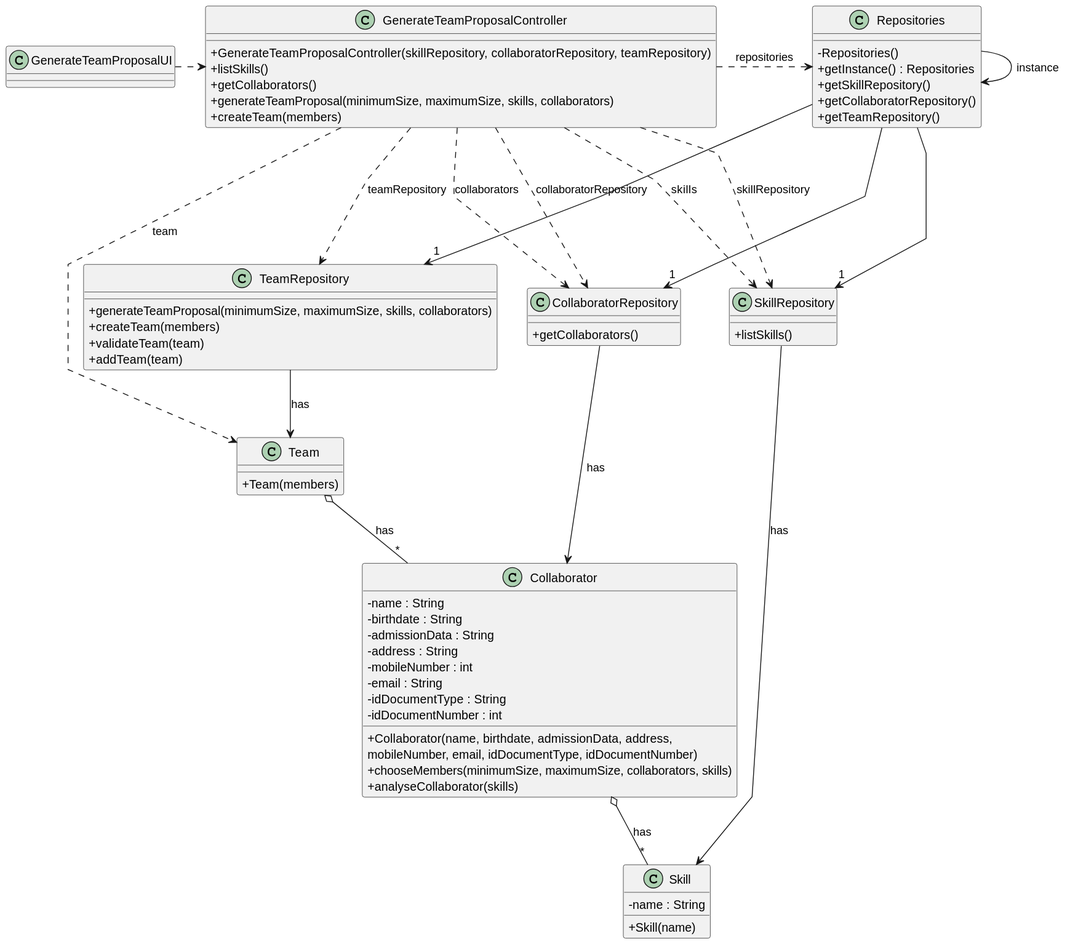
The PlantUML diagram docs/sprintC/us005/03.design/svg/us005-class-diagram.svg in diogoveirospro/lei-24-s2-1dg-g072, before a commit.
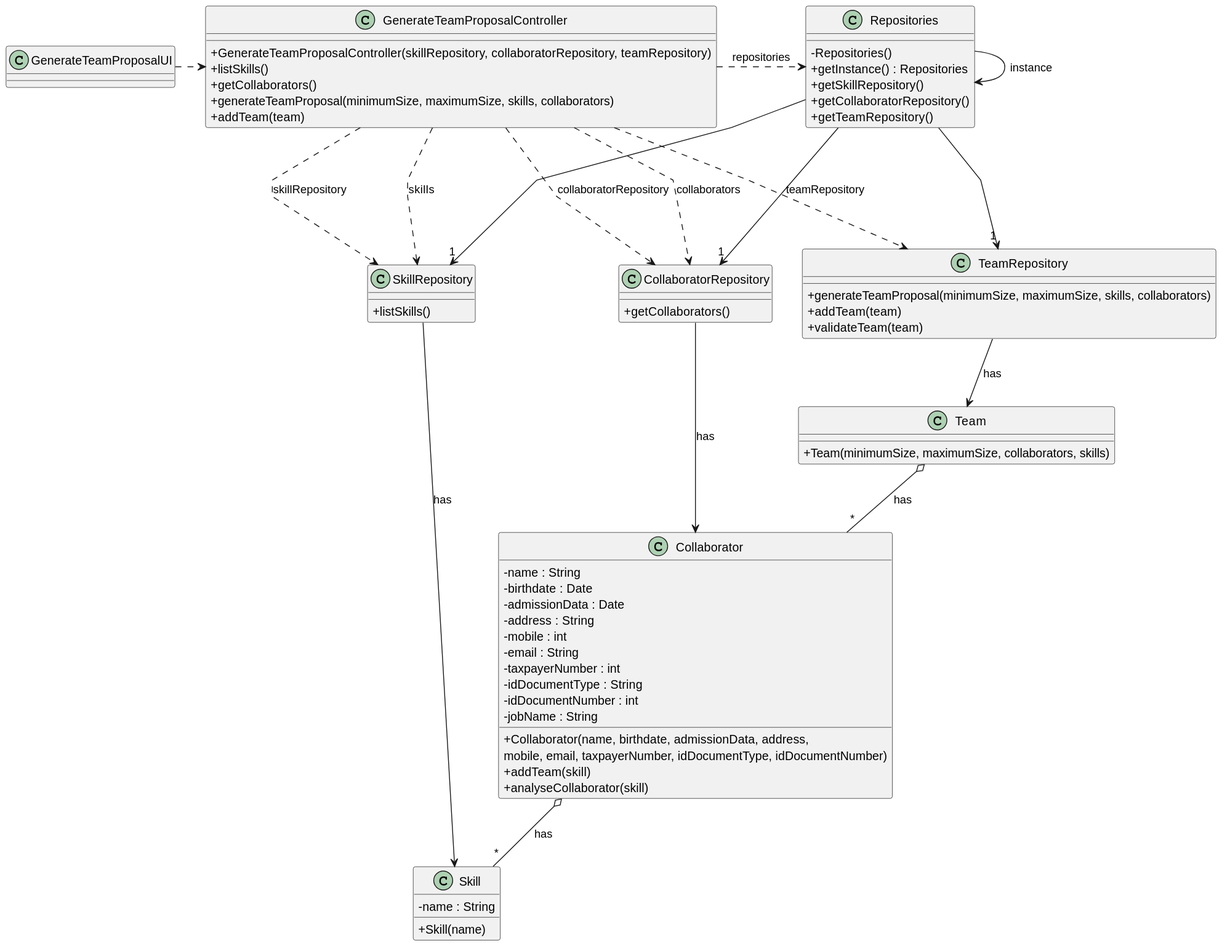
After the change.

The edit, as a diff of the source:
```diff
@@ -11,7 +11,7 @@
     + listSkills()
     + getCollaborators()
     + generateTeamProposal(minimumSize, maximumSize, skills, collaborators)
-    + createTeam(members)
+    + addTeam(team)
 }
 
 
@@ -37,27 +37,28 @@
 
 class TeamRepository {
     + generateTeamProposal(minimumSize, maximumSize, skills, collaborators)
-    + createTeam(members)
+    + addTeam(team)
     + validateTeam(team)
-    + addTeam(team)
 }
 
 class Team {
-    + Team(members)
+    + Team(minimumSize, maximumSize, collaborators, skills)
 }
 
 class Collaborator {
     - name : String
-    - birthdate : String
-    - admissionData : String
+    - birthdate : Date
+    - admissionData : Date
     - address : String
-    - mobileNumber : int
+    - mobile : int
     - email : String
+    - taxpayerNumber : int
     - idDocumentType : String
     - idDocumentNumber : int
-    + Collaborator(name, birthdate, admissionData, address, \nmobileNumber, email, idDocumentType, idDocumentNumber)
-    + chooseMembers(minimumSize, maximumSize, collaborators, skills)
-    + analyseCollaborator(skills)
+    - jobName : String
+    + Collaborator(name, birthdate, admissionData, address, \nmobile, email, taxpayerNumber, idDocumentType, idDocumentNumber)
+    + addTeam(skill)
+    + analyseCollaborator(skill)
 }
 
 class Skill {
@@ -80,7 +81,6 @@
 Team  o-- "*" Collaborator : has
 Collaborator  o-- "*" Skill : has
 
-GenerateTeamProposalController .> Team : team
 GenerateTeamProposalController .> SkillRepository : skills
 GenerateTeamProposalController .> CollaboratorRepository: collaborators
 SkillRepository --> Skill : has
```
